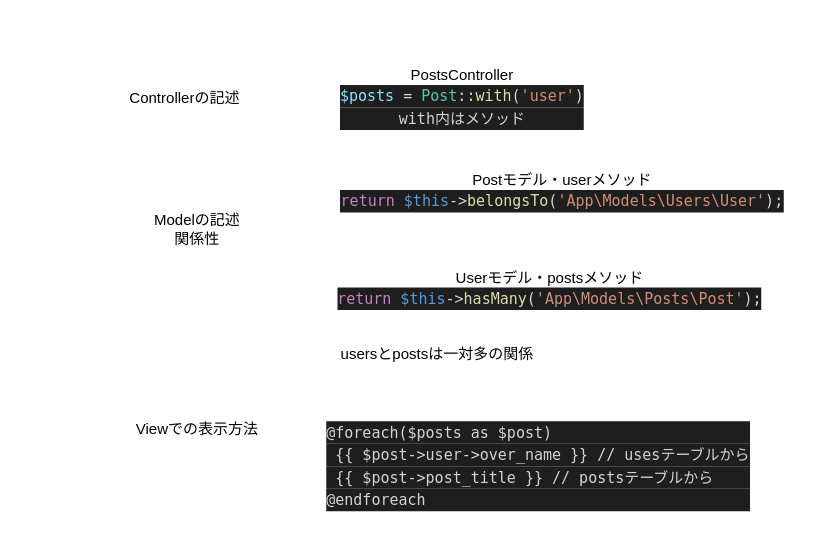
Earlier version of the draw.io diagram page "foreach複数問題" (5 of 5) of compass.dio (I-Kouta/compass). Source tidied: cells renumbered, new cells numbered last; positions are measured from the earlier drawing's top-left corner, leaving out a move shared by most shapes. Both pictures are drawn from the tidied source at 125%, with x=0, y=0 at pixel (115, 60).
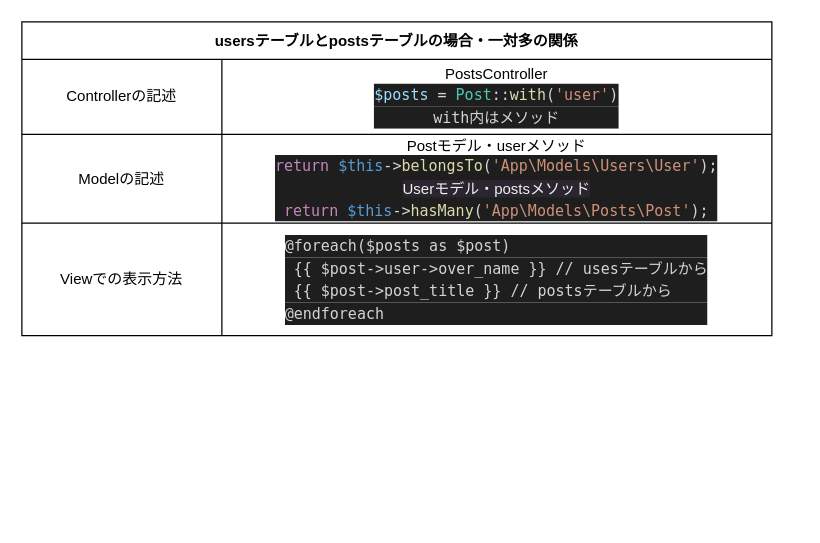
The same diagram, later.

Commit message:
表にしました

Change to the diagram source:
```diff
@@
 <mxGraphModel>
   <root>
     <mxCell id="0" />
     <mxCell id="1" parent="0" />
+    <mxCell id="9" value="&lt;div style=&quot;color: rgb(212, 212, 212); background-color: rgb(30, 30, 30); font-family: Menlo, Monaco, &amp;quot;Courier New&amp;quot;, monospace; line-height: 18px;&quot;&gt;&lt;br&gt;&lt;/div&gt;" style="text;html=1;align=left;verticalAlign=middle;strokeColor=none;fillColor=none;" parent="1" vertex="1">
+      <mxGeometry x="167" y="279" width="20" height="30" as="geometry" />
+    </mxCell>
+    <mxCell id="10" value="usersテーブルとpostsテーブルの場合・一対多の関係" style="shape=table;startSize=30;childLayout=tableLayout;fontStyle=1;align=center;" parent="1" vertex="1">
+      <mxGeometry x="-75" y="-31" width="600" height="251" as="geometry" />
+    </mxCell>
+    <mxCell id="11" style="shape=tableRow;horizontal=0;startSize=0;swimlaneHead=0;swimlaneBody=0;top=0;left=0;bottom=0;right=0;fillColor=none;" parent="10" vertex="1">
+      <mxGeometry y="30" width="600" height="60" as="geometry" />
+    </mxCell>
+    <mxCell id="6" value="&lt;span style=&quot;&quot;&gt;Controllerの記述&lt;/span&gt;" style="shape=partialRectangle;html=1;whiteSpace=wrap;fillColor=none;top=0;left=0;bottom=0;right=0;overflow=hidden;" parent="11" vertex="1">
+      <mxGeometry width="160" height="60" as="geometry" />
+    </mxCell>
-    <mxCell id="2" value="PostsController&lt;br&gt;&lt;div style=&quot;color: rgb(212, 212, 212); background-color: rgb(30, 30, 30); font-family: Menlo, Monaco, &amp;quot;Courier New&amp;quot;, monospace; line-height: 18px;&quot;&gt;&lt;span style=&quot;color: #9cdcfe;&quot;&gt;$posts&lt;/span&gt; = &lt;span style=&quot;color: #4ec9b0;&quot;&gt;Post&lt;/span&gt;::&lt;span style=&quot;color: #dcdcaa;&quot;&gt;with&lt;/span&gt;(&lt;span style=&quot;color: #ce9178;&quot;&gt;'user'&lt;/span&gt;)&lt;/div&gt;&lt;div style=&quot;color: rgb(212, 212, 212); background-color: rgb(30, 30, 30); font-family: Menlo, Monaco, &amp;quot;Courier New&amp;quot;, monospace; line-height: 18px;&quot;&gt;with内はメソッド&lt;/div&gt;" style="text;html=1;align=center;verticalAlign=middle;strokeColor=none;fillColor=none;" parent="1" vertex="1">
-      <mxGeometry x="167" width="220" height="60" as="geometry" />
+    <mxCell id="2" value="&lt;span style=&quot;&quot;&gt;PostsController&lt;/span&gt;&lt;br style=&quot;&quot;&gt;&lt;div style=&quot;color: rgb(212, 212, 212); background-color: rgb(30, 30, 30); font-family: Menlo, Monaco, &amp;quot;Courier New&amp;quot;, monospace; line-height: 18px;&quot;&gt;&lt;span style=&quot;color: rgb(156, 220, 254);&quot;&gt;$posts&lt;/span&gt;&amp;nbsp;=&amp;nbsp;&lt;span style=&quot;color: rgb(78, 201, 176);&quot;&gt;Post&lt;/span&gt;::&lt;span style=&quot;color: rgb(220, 220, 170);&quot;&gt;with&lt;/span&gt;(&lt;span style=&quot;color: rgb(206, 145, 120);&quot;&gt;'user'&lt;/span&gt;)&lt;/div&gt;&lt;div style=&quot;color: rgb(212, 212, 212); background-color: rgb(30, 30, 30); font-family: Menlo, Monaco, &amp;quot;Courier New&amp;quot;, monospace; line-height: 18px;&quot;&gt;with内はメソッド&lt;/div&gt;" style="shape=partialRectangle;html=1;whiteSpace=wrap;fillColor=none;top=0;left=0;bottom=0;right=0;overflow=hidden;" parent="11" vertex="1">
+      <mxGeometry x="160" width="440" height="60" as="geometry" />
     </mxCell>
-    <mxCell id="3" value="Postモデル・userメソッド&lt;br&gt;&lt;div style=&quot;color: rgb(212, 212, 212); background-color: rgb(30, 30, 30); font-family: Menlo, Monaco, &amp;quot;Courier New&amp;quot;, monospace; line-height: 18px;&quot;&gt;&lt;div style=&quot;line-height: 18px;&quot;&gt;&lt;span style=&quot;color: #c586c0;&quot;&gt;return&lt;/span&gt; &lt;span style=&quot;color: #569cd6;&quot;&gt;$this&lt;/span&gt;-&amp;gt;&lt;span style=&quot;color: #dcdcaa;&quot;&gt;belongsTo&lt;/span&gt;(&lt;span style=&quot;color: #ce9178;&quot;&gt;'App\Models\Users\User'&lt;/span&gt;);&lt;/div&gt;&lt;/div&gt;" style="text;html=1;align=center;verticalAlign=middle;strokeColor=none;fillColor=none;" parent="1" vertex="1">
-      <mxGeometry x="167" y="80" width="380" height="50" as="geometry" />
-    </mxCell>
-    <mxCell id="4" value="usersとpostsは一対多の関係" style="text;html=1;align=center;verticalAlign=middle;strokeColor=none;fillColor=none;" parent="1" vertex="1">
-      <mxGeometry x="167" y="220" width="180" height="30" as="geometry" />
-    </mxCell>
-    <mxCell id="5" value="Userモデル・postsメソッド&lt;br&gt;&lt;div style=&quot;color: rgb(212, 212, 212); background-color: rgb(30, 30, 30); font-family: Menlo, Monaco, &amp;quot;Courier New&amp;quot;, monospace; line-height: 18px;&quot;&gt;&lt;div style=&quot;line-height: 18px;&quot;&gt;&lt;div style=&quot;line-height: 18px;&quot;&gt;&lt;span style=&quot;color: #c586c0;&quot;&gt;return&lt;/span&gt; &lt;span style=&quot;color: #569cd6;&quot;&gt;$this&lt;/span&gt;-&amp;gt;&lt;span style=&quot;color: #dcdcaa;&quot;&gt;hasMany&lt;/span&gt;(&lt;span style=&quot;color: #ce9178;&quot;&gt;'App\Models\Posts\Post'&lt;/span&gt;);&lt;/div&gt;&lt;/div&gt;&lt;/div&gt;" style="text;html=1;align=center;verticalAlign=middle;strokeColor=none;fillColor=none;" parent="1" vertex="1">
-      <mxGeometry x="167" y="158" width="360" height="50" as="geometry" />
-    </mxCell>
-    <mxCell id="6" value="Controllerの記述" style="text;html=1;align=center;verticalAlign=middle;strokeColor=none;fillColor=none;" parent="1" vertex="1">
-      <mxGeometry y="15" width="110" height="30" as="geometry" />
-    </mxCell>
-    <mxCell id="7" value="Modelの記述&lt;br&gt;関係性" style="text;html=1;align=center;verticalAlign=middle;strokeColor=none;fillColor=none;" parent="1" vertex="1">
-      <mxGeometry x="20" y="115" width="90" height="40" as="geometry" />
-    </mxCell>
+    <mxCell id="12" style="shape=tableRow;horizontal=0;startSize=0;swimlaneHead=0;swimlaneBody=0;top=0;left=0;bottom=0;right=0;fillColor=none;" parent="10" vertex="1">
+      <mxGeometry y="90" width="600" height="71" as="geometry" />
+    </mxCell>
+    <mxCell id="13" value="&lt;span style=&quot;&quot;&gt;Modelの記述&lt;/span&gt;" style="shape=partialRectangle;html=1;whiteSpace=wrap;fillColor=none;top=0;left=0;bottom=0;right=0;overflow=hidden;" parent="12" vertex="1">
+      <mxGeometry width="160" height="71" as="geometry" />
+    </mxCell>
+    <mxCell id="14" value="&lt;span style=&quot;&quot;&gt;Postモデル・userメソッド&lt;/span&gt;&lt;br style=&quot;&quot;&gt;&lt;div style=&quot;color: rgb(212, 212, 212); background-color: rgb(30, 30, 30); font-family: Menlo, Monaco, &amp;quot;Courier New&amp;quot;, monospace; line-height: 18px;&quot;&gt;&lt;div style=&quot;line-height: 18px;&quot;&gt;&lt;span style=&quot;color: rgb(197, 134, 192);&quot;&gt;return&lt;/span&gt;&amp;nbsp;&lt;span style=&quot;color: rgb(86, 156, 214);&quot;&gt;$this&lt;/span&gt;-&amp;gt;&lt;span style=&quot;color: rgb(220, 220, 170);&quot;&gt;belongsTo&lt;/span&gt;(&lt;span style=&quot;color: rgb(206, 145, 120);&quot;&gt;'App\Models\Users\User'&lt;/span&gt;);&lt;/div&gt;&lt;div style=&quot;line-height: 18px;&quot;&gt;&lt;span style=&quot;color: rgb(240, 240, 240); font-family: Helvetica; background-color: rgb(42, 37, 47);&quot;&gt;Userモデル・postsメソッド&lt;/span&gt;&lt;br style=&quot;color: rgb(240, 240, 240); font-family: Helvetica; background-color: rgb(42, 37, 47);&quot;&gt;&lt;div style=&quot;line-height: 18px;&quot;&gt;&lt;div style=&quot;line-height: 18px;&quot;&gt;&lt;div style=&quot;line-height: 18px;&quot;&gt;&lt;span style=&quot;color: rgb(197, 134, 192);&quot;&gt;return&lt;/span&gt;&amp;nbsp;&lt;span style=&quot;color: rgb(86, 156, 214);&quot;&gt;$this&lt;/span&gt;-&amp;gt;&lt;span style=&quot;color: rgb(220, 220, 170);&quot;&gt;hasMany&lt;/span&gt;(&lt;span style=&quot;color: rgb(206, 145, 120);&quot;&gt;'App\Models\Posts\Post'&lt;/span&gt;);&lt;/div&gt;&lt;/div&gt;&lt;/div&gt;&lt;/div&gt;&lt;/div&gt;" style="shape=partialRectangle;html=1;whiteSpace=wrap;fillColor=none;top=0;left=0;bottom=0;right=0;overflow=hidden;" parent="12" vertex="1">
+      <mxGeometry x="160" width="440" height="71" as="geometry" />
+    </mxCell>
+    <mxCell id="15" style="shape=tableRow;horizontal=0;startSize=0;swimlaneHead=0;swimlaneBody=0;top=0;left=0;bottom=0;right=0;fillColor=none;" parent="10" vertex="1">
+      <mxGeometry y="161" width="600" height="90" as="geometry" />
+    </mxCell>
-    <mxCell id="8" value="Viewでの表示方法" style="text;html=1;align=center;verticalAlign=middle;strokeColor=none;fillColor=none;" parent="1" vertex="1">
-      <mxGeometry x="5" y="280" width="120" height="30" as="geometry" />
+    <mxCell id="8" value="&lt;span style=&quot;&quot;&gt;Viewでの表示方法&lt;/span&gt;" style="shape=partialRectangle;html=1;whiteSpace=wrap;fillColor=none;top=0;left=0;bottom=0;right=0;overflow=hidden;" parent="15" vertex="1">
+      <mxGeometry width="160" height="90" as="geometry" />
     </mxCell>
-    <mxCell id="9" value="&lt;div style=&quot;color: rgb(212, 212, 212); background-color: rgb(30, 30, 30); font-family: Menlo, Monaco, &amp;quot;Courier New&amp;quot;, monospace; line-height: 18px;&quot;&gt;@foreach($posts as $post)&lt;/div&gt;&lt;div style=&quot;color: rgb(212, 212, 212); background-color: rgb(30, 30, 30); font-family: Menlo, Monaco, &amp;quot;Courier New&amp;quot;, monospace; line-height: 18px;&quot;&gt;&amp;nbsp;{{ $post-&amp;gt;user-&amp;gt;over_name }} // usesテーブルから&lt;/div&gt;&lt;div style=&quot;color: rgb(212, 212, 212); background-color: rgb(30, 30, 30); font-family: Menlo, Monaco, &amp;quot;Courier New&amp;quot;, monospace; line-height: 18px;&quot;&gt;&amp;nbsp;{{ $post-&amp;gt;post_title }} // postsテーブルから&lt;/div&gt;&lt;div style=&quot;color: rgb(212, 212, 212); background-color: rgb(30, 30, 30); font-family: Menlo, Monaco, &amp;quot;Courier New&amp;quot;, monospace; line-height: 18px;&quot;&gt;@endforeach&lt;/div&gt;" style="text;html=1;align=left;verticalAlign=middle;strokeColor=none;fillColor=none;" parent="1" vertex="1">
-      <mxGeometry x="167" y="279" width="360" height="90" as="geometry" />
-    </mxCell>
+    <mxCell id="16" value="&lt;div style=&quot;text-align: left; color: rgb(212, 212, 212); background-color: rgb(30, 30, 30); font-family: Menlo, Monaco, &amp;quot;Courier New&amp;quot;, monospace; line-height: 18px;&quot;&gt;@foreach($posts as $post)&lt;/div&gt;&lt;div style=&quot;text-align: left; color: rgb(212, 212, 212); background-color: rgb(30, 30, 30); font-family: Menlo, Monaco, &amp;quot;Courier New&amp;quot;, monospace; line-height: 18px;&quot;&gt;&amp;nbsp;{{ $post-&amp;gt;user-&amp;gt;over_name }} // usesテーブルから&lt;/div&gt;&lt;div style=&quot;text-align: left; color: rgb(212, 212, 212); background-color: rgb(30, 30, 30); font-family: Menlo, Monaco, &amp;quot;Courier New&amp;quot;, monospace; line-height: 18px;&quot;&gt;&amp;nbsp;{{ $post-&amp;gt;post_title }} // postsテーブルから&lt;/div&gt;&lt;div style=&quot;text-align: left; color: rgb(212, 212, 212); background-color: rgb(30, 30, 30); font-family: Menlo, Monaco, &amp;quot;Courier New&amp;quot;, monospace; line-height: 18px;&quot;&gt;@endforeach&lt;/div&gt;" style="shape=partialRectangle;html=1;whiteSpace=wrap;fillColor=none;top=0;left=0;bottom=0;right=0;overflow=hidden;" parent="15" vertex="1">
+      <mxGeometry x="160" width="440" height="90" as="geometry" />
+    </mxCell>
   </root>
 </mxGraphModel>
```
